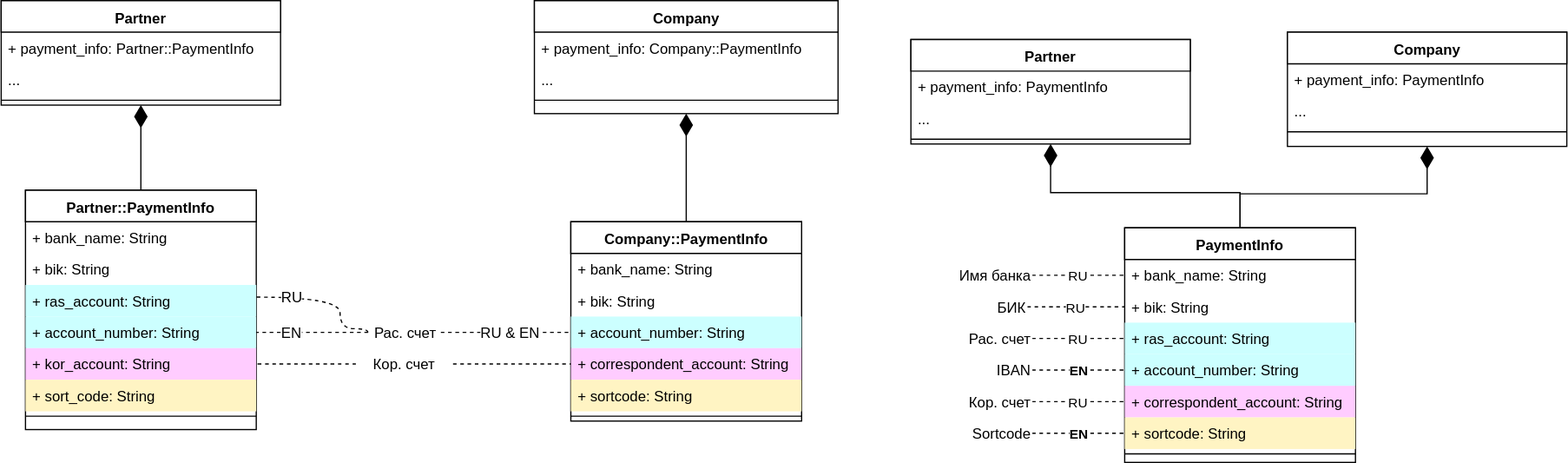
Before: payment-info.svg, a diagram exported from draw.io (ajile/draw-io). Source tidied: cells renumbered, new cells last; positions are measured from the earlier drawing's top-left corner, leaving out a move shared by most shapes.
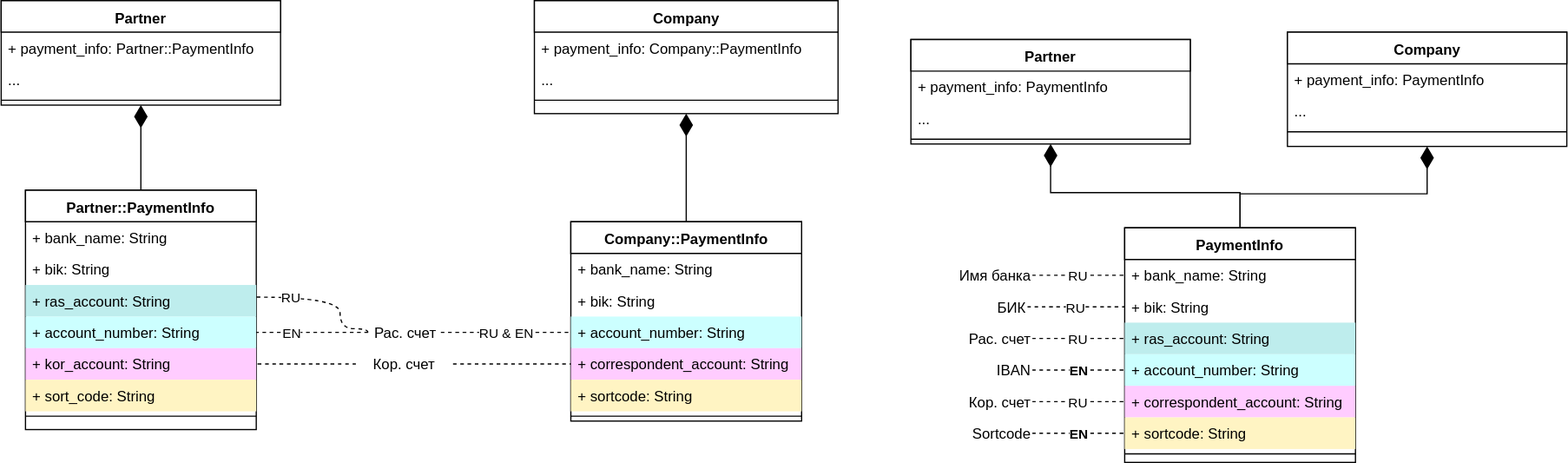
The same file after the commit.

The edit, as a diff of the source:
```diff
@@ -14,7 +14,7 @@
     <mxCell id="5" value="+ bik: String" style="text;html=1;strokeColor=none;fillColor=none;align=left;verticalAlign=top;spacingLeft=4;spacingRight=4;whiteSpace=wrap;overflow=hidden;" parent="3" vertex="1">
       <mxGeometry y="52" width="190" height="26" as="geometry" />
     </mxCell>
-    <mxCell id="6" value="+ ras_account: String" style="text;html=1;strokeColor=none;fillColor=#CCFFFF;align=left;verticalAlign=top;spacingLeft=4;spacingRight=4;whiteSpace=wrap;overflow=hidden;points=[[0,0.5],[1,0.5]];portConstraint=eastwest;" parent="3" vertex="1">
+    <mxCell id="6" value="+ ras_account: String" style="text;html=1;strokeColor=none;fillColor=#BEEDED;align=left;verticalAlign=top;spacingLeft=4;spacingRight=4;whiteSpace=wrap;overflow=hidden;points=[[0,0.5],[1,0.5]];portConstraint=eastwest;" parent="3" vertex="1">
       <mxGeometry y="78" width="190" height="26" as="geometry" />
     </mxCell>
     <mxCell id="7" value="+ account_number: String" style="text;html=1;strokeColor=none;fillColor=#CCFFFF;align=left;verticalAlign=top;spacingLeft=4;spacingRight=4;whiteSpace=wrap;overflow=hidden;points=[[0,0.5],[1,0.5]];portConstraint=eastwest;" parent="3" vertex="1">
@@ -92,7 +92,7 @@
     <mxCell id="31" value="+ bik: String" style="text;html=1;strokeColor=none;fillColor=none;align=left;verticalAlign=top;spacingLeft=4;spacingRight=4;whiteSpace=wrap;overflow=hidden;points=[[0,0.5],[1,0.5]];portConstraint=eastwest;" parent="29" vertex="1">
       <mxGeometry y="52" width="190" height="26" as="geometry" />
     </mxCell>
-    <mxCell id="32" value="+ ras_account: String" style="text;html=1;strokeColor=none;fillColor=#CCFFFF;align=left;verticalAlign=top;spacingLeft=4;spacingRight=4;whiteSpace=wrap;overflow=hidden;points=[[0,0.5],[1,0.5]];portConstraint=eastwest;" parent="29" vertex="1">
+    <mxCell id="32" value="+ ras_account: String" style="text;html=1;strokeColor=none;fillColor=#BEEDED;align=left;verticalAlign=top;spacingLeft=4;spacingRight=4;whiteSpace=wrap;overflow=hidden;points=[[0,0.5],[1,0.5]];portConstraint=eastwest;" parent="29" vertex="1">
       <mxGeometry y="78" width="190" height="26" as="geometry" />
     </mxCell>
     <mxCell id="33" value="+ account_number: String" style="text;html=1;strokeColor=none;fillColor=#CCFFFF;align=left;verticalAlign=top;spacingLeft=4;spacingRight=4;whiteSpace=wrap;overflow=hidden;points=[[0,0.5],[1,0.5]];portConstraint=eastwest;" parent="29" vertex="1">
@@ -140,35 +140,20 @@
     <mxCell id="47" value="&lt;span&gt;Кор. счет&lt;/span&gt;" style="text;html=1;strokeColor=none;fillColor=none;align=center;verticalAlign=middle;whiteSpace=wrap;" parent="1" vertex="1">
       <mxGeometry x="292" y="289" width="80" height="20" as="geometry" />
     </mxCell>
-    <mxCell id="48" style="edgeStyle=orthogonalEdgeStyle;rounded=0;html=1;entryX=0;entryY=0.5;dashed=1;endArrow=none;endFill=0;endSize=16;jettySize=auto;curved=1;" parent="1" edge="1" source="54" target="14">
+    <mxCell id="48" value="&lt;span&gt;RU &amp;amp; EN&lt;/span&gt;" style="edgeStyle=orthogonalEdgeStyle;rounded=0;html=1;entryX=0;entryY=0.5;dashed=1;endArrow=none;endFill=0;endSize=16;jettySize=auto;curved=1;" parent="1" edge="1" source="54" target="14">
       <mxGeometry relative="1" as="geometry" />
     </mxCell>
-    <mxCell id="49" value="&lt;span&gt;RU &amp;amp; EN&lt;/span&gt;" style="text;html=1;align=center;verticalAlign=middle;labelBackgroundColor=#ffffff;" parent="48" vertex="1">
-      <mxGeometry x="-0.23" y="-1" relative="1" as="geometry">
-        <mxPoint x="16" y="-2" as="offset" />
-      </mxGeometry>
-    </mxCell>
-    <mxCell id="50" style="edgeStyle=orthogonalEdgeStyle;rounded=0;html=1;dashed=1;endArrow=none;endFill=0;endSize=16;jettySize=auto;curved=1;exitX=0;exitY=0.5;" parent="1" edge="1" source="54" target="6">
-      <mxGeometry relative="1" as="geometry">
+    <mxCell id="50" value="&lt;span&gt;RU&lt;/span&gt;" style="edgeStyle=orthogonalEdgeStyle;rounded=0;html=1;dashed=1;endArrow=none;endFill=0;endSize=16;jettySize=auto;curved=1;exitX=0;exitY=0.5;" parent="1" edge="1" source="54" target="6">
+      <mxGeometry x="0.52" relative="1" as="geometry">
         <Array as="points">
           <mxPoint x="279" y="270" />
           <mxPoint x="279" y="244" />
         </Array>
       </mxGeometry>
     </mxCell>
-    <mxCell id="51" value="RU" style="text;html=1;align=center;verticalAlign=middle;labelBackgroundColor=#ffffff;" parent="50" vertex="1">
-      <mxGeometry x="0.47" y="1" relative="1" as="geometry">
-        <mxPoint x="-3" y="-2" as="offset" />
-      </mxGeometry>
-    </mxCell>
-    <mxCell id="52" style="edgeStyle=orthogonalEdgeStyle;rounded=0;html=1;dashed=1;endArrow=none;endFill=0;endSize=16;jettySize=auto;curved=1;" parent="1" edge="1" source="54" target="7">
-      <mxGeometry relative="1" as="geometry" />
+    <mxCell id="52" value="EN" style="edgeStyle=orthogonalEdgeStyle;rounded=0;html=1;dashed=1;endArrow=none;endFill=0;endSize=16;jettySize=auto;curved=1;" parent="1" edge="1" source="54" target="7">
+      <mxGeometry x="0.37" relative="1" as="geometry" />
     </mxCell>
-    <mxCell id="53" value="EN" style="text;html=1;align=center;verticalAlign=middle;labelBackgroundColor=#ffffff;" parent="52" vertex="1">
-      <mxGeometry x="0.15" y="2" relative="1" as="geometry">
-        <mxPoint x="-10" y="-3" as="offset" />
-      </mxGeometry>
-    </mxCell>
     <mxCell id="54" value="&lt;span&gt;Рас. счет&lt;/span&gt;&lt;br&gt;" style="text;html=1;strokeColor=none;fillColor=none;align=center;verticalAlign=middle;whiteSpace=wrap;" parent="1" vertex="1">
       <mxGeometry x="302" y="263" width="60" height="20" as="geometry" />
     </mxCell>
```
